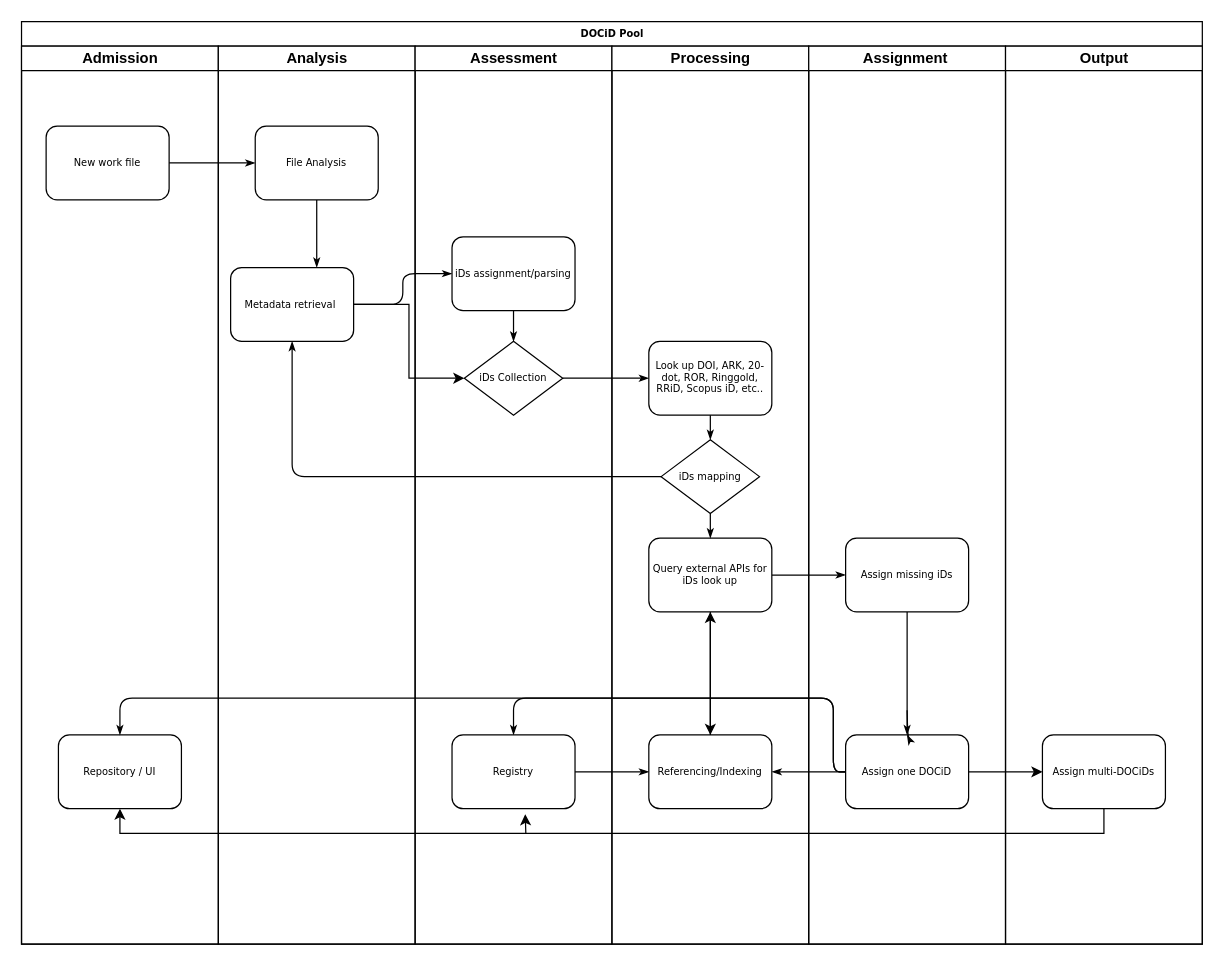
Before: Untitled Diagram.drawio in Africa-PID-Alliance/DOCiD, a draw.io diagram. Source tidied: cells renumbered, new cells numbered last; positions are measured from the earlier drawing's top-left corner, leaving out a move shared by most shapes. Both pictures are drawn from the tidied source at 123%, with x=0, y=0 at pixel (21, 21).
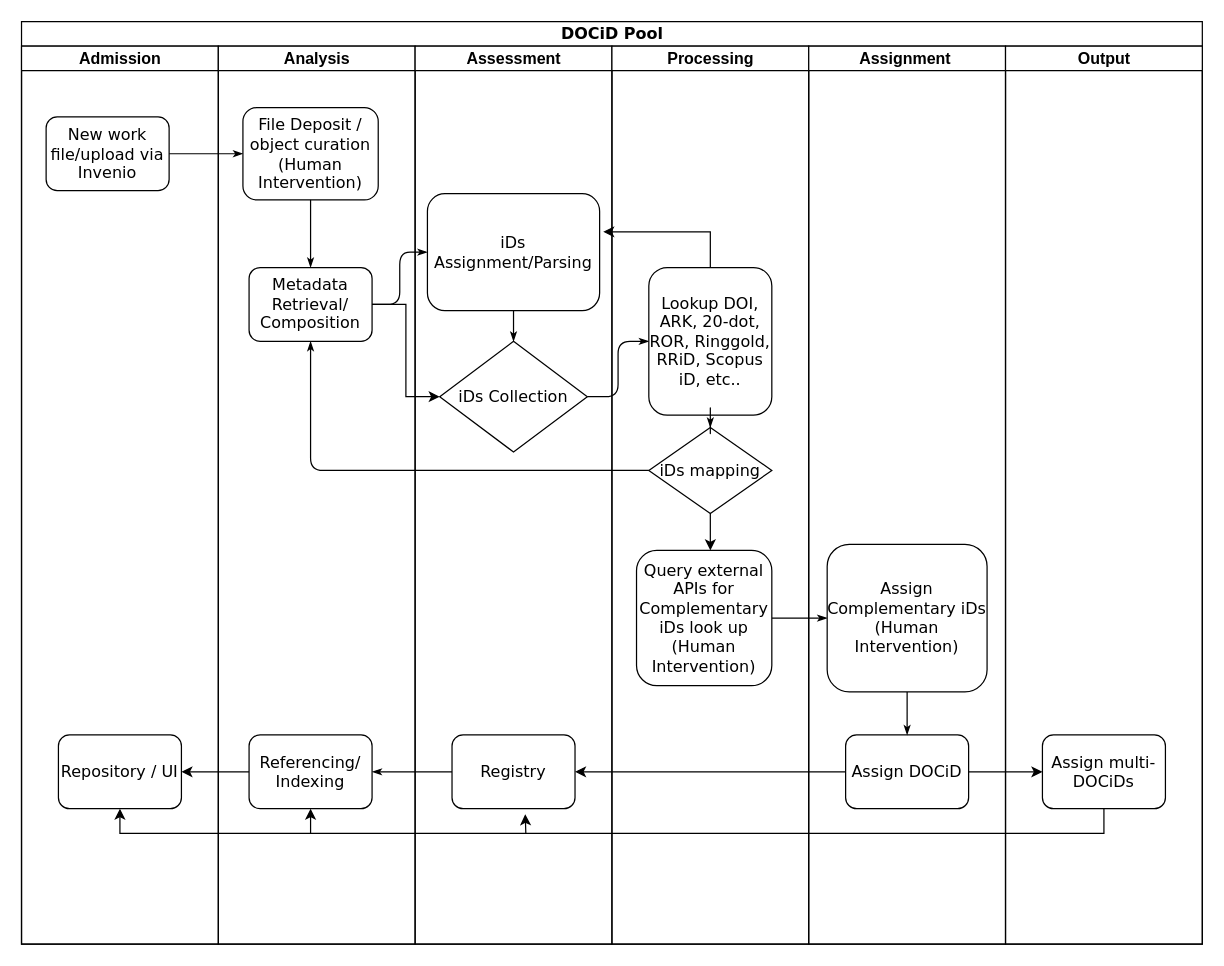
After the change.

What changed in the source:
```diff
@@
-    <mxCell id="2" value="DOCiD Pool" style="swimlane;html=1;startSize=20;rounded=0;shadow=0;labelBackgroundColor=none;strokeWidth=1;fontFamily=Verdana;fontSize=8;align=center;" parent="1" vertex="1">
+    <mxCell id="2" value="DOCiD Pool" style="swimlane;html=1;startSize=20;rounded=0;shadow=0;labelBackgroundColor=none;strokeWidth=1;fontFamily=Verdana;fontSize=13;align=center;" parent="1" vertex="1">
       <mxGeometry width="960" height="750" as="geometry" />
     </mxCell>
-    <mxCell id="3" value="Admission" style="swimlane;html=1;startSize=20;" parent="2" vertex="1">
+    <mxCell id="3" value="Admission" style="swimlane;html=1;startSize=20;fontSize=13;" parent="2" vertex="1">
       <mxGeometry y="20" width="160" height="730" as="geometry" />
     </mxCell>
-    <mxCell id="4" value="New work file" style="rounded=1;whiteSpace=wrap;html=1;shadow=0;labelBackgroundColor=none;strokeWidth=1;fontFamily=Verdana;fontSize=8;align=center;" parent="3" vertex="1">
-      <mxGeometry x="20" y="65" width="100" height="60" as="geometry" />
+    <mxCell id="4" value="New work file/upload via Invenio" style="rounded=1;whiteSpace=wrap;html=1;shadow=0;labelBackgroundColor=none;strokeWidth=1;fontFamily=Verdana;fontSize=13;align=center;" parent="3" vertex="1">
+      <mxGeometry x="20" y="57.5" width="100" height="60" as="geometry" />
     </mxCell>
-    <mxCell id="5" value="Repository / UI" style="rounded=1;whiteSpace=wrap;html=1;shadow=0;labelBackgroundColor=none;strokeWidth=1;fontFamily=Verdana;fontSize=8;align=center;" parent="3" vertex="1">
+    <mxCell id="5" value="Repository / UI" style="rounded=1;whiteSpace=wrap;html=1;shadow=0;labelBackgroundColor=none;strokeWidth=1;fontFamily=Verdana;fontSize=13;align=center;" parent="3" vertex="1">
       <mxGeometry x="30" y="560" width="100" height="60" as="geometry" />
     </mxCell>
-    <mxCell id="6" style="edgeStyle=orthogonalEdgeStyle;rounded=1;html=1;labelBackgroundColor=none;startArrow=none;startFill=0;startSize=5;endArrow=classicThin;endFill=1;endSize=5;jettySize=auto;strokeWidth=1;fontFamily=Verdana;fontSize=8;" parent="2" edge="1" source="4" target="16">
+    <mxCell id="6" style="edgeStyle=orthogonalEdgeStyle;rounded=1;html=1;labelBackgroundColor=none;startArrow=none;startFill=0;startSize=5;endArrow=classicThin;endFill=1;endSize=5;jettySize=auto;strokeWidth=1;fontFamily=Verdana;fontSize=13;" parent="2" edge="1" source="4" target="16">
       <mxGeometry relative="1" as="geometry" />
     </mxCell>
-    <mxCell id="7" style="edgeStyle=orthogonalEdgeStyle;rounded=1;html=1;labelBackgroundColor=none;startArrow=none;startFill=0;startSize=5;endArrow=classicThin;endFill=1;endSize=5;jettySize=auto;strokeWidth=1;fontFamily=Verdana;fontSize=8;" parent="2" edge="1" source="17" target="20">
+    <mxCell id="7" style="edgeStyle=orthogonalEdgeStyle;rounded=1;html=1;labelBackgroundColor=none;startArrow=none;startFill=0;startSize=5;endArrow=classicThin;endFill=1;endSize=5;jettySize=auto;strokeWidth=1;fontFamily=Verdana;fontSize=13;" parent="2" edge="1" source="17" target="20">
       <mxGeometry relative="1" as="geometry" />
     </mxCell>
-    <mxCell id="8" style="edgeStyle=orthogonalEdgeStyle;rounded=1;html=1;labelBackgroundColor=none;startArrow=none;startFill=0;startSize=5;endArrow=classicThin;endFill=1;endSize=5;jettySize=auto;strokeWidth=1;fontFamily=Verdana;fontSize=8;" parent="2" edge="1" source="27" target="17">
+    <mxCell id="8" style="edgeStyle=orthogonalEdgeStyle;rounded=1;html=1;labelBackgroundColor=none;startArrow=none;startFill=0;startSize=5;endArrow=classicThin;endFill=1;endSize=5;jettySize=auto;strokeWidth=1;fontFamily=Verdana;fontSize=13;" parent="2" edge="1" source="27" target="17">
       <mxGeometry relative="1" as="geometry" />
     </mxCell>
-    <mxCell id="9" style="edgeStyle=orthogonalEdgeStyle;rounded=1;html=1;labelBackgroundColor=none;startArrow=none;startFill=0;startSize=5;endArrow=classicThin;endFill=1;endSize=5;jettySize=auto;strokeWidth=1;fontFamily=Verdana;fontSize=8;" parent="2" edge="1" source="21" target="26">
+    <mxCell id="9" style="edgeStyle=orthogonalEdgeStyle;rounded=1;html=1;labelBackgroundColor=none;startArrow=none;startFill=0;startSize=5;endArrow=classicThin;endFill=1;endSize=5;jettySize=auto;strokeWidth=1;fontFamily=Verdana;fontSize=13;" parent="2" edge="1" source="21" target="26">
       <mxGeometry relative="1" as="geometry" />
     </mxCell>
-    <mxCell id="10" style="edgeStyle=orthogonalEdgeStyle;rounded=1;html=1;labelBackgroundColor=none;startArrow=none;startFill=0;startSize=5;endArrow=classicThin;endFill=1;endSize=5;jettySize=auto;strokeWidth=1;fontFamily=Verdana;fontSize=8;" parent="2" edge="1" source="29" target="35">
+    <mxCell id="10" style="edgeStyle=orthogonalEdgeStyle;rounded=1;html=1;labelBackgroundColor=none;startArrow=none;startFill=0;startSize=5;endArrow=classicThin;endFill=1;endSize=5;jettySize=auto;strokeWidth=1;fontFamily=Verdana;fontSize=13;" parent="2" edge="1" source="29" target="35">
       <mxGeometry relative="1" as="geometry" />
     </mxCell>
-    <mxCell id="11" style="edgeStyle=orthogonalEdgeStyle;rounded=1;html=1;labelBackgroundColor=none;startArrow=none;startFill=0;startSize=5;endArrow=classicThin;endFill=1;endSize=5;jettySize=auto;strokeWidth=1;fontFamily=Verdana;fontSize=8;" parent="2" edge="1" source="36" target="22">
-      <mxGeometry relative="1" as="geometry">
-        <Array as="points">
-          <mxPoint x="660" y="610" />
-          <mxPoint x="660" y="550" />
-          <mxPoint x="400" y="550" />
-        </Array>
-      </mxGeometry>
-    </mxCell>
-    <mxCell id="12" style="edgeStyle=orthogonalEdgeStyle;rounded=1;html=1;labelBackgroundColor=none;startArrow=none;startFill=0;startSize=5;endArrow=classicThin;endFill=1;endSize=5;jettySize=auto;strokeColor=#000000;strokeWidth=1;fontFamily=Verdana;fontSize=8;fontColor=#000000;" parent="2" edge="1" source="36" target="31">
-      <mxGeometry relative="1" as="geometry" />
-    </mxCell>
-    <mxCell id="13" style="edgeStyle=orthogonalEdgeStyle;rounded=1;html=1;labelBackgroundColor=none;startArrow=none;startFill=0;startSize=5;endArrow=classicThin;endFill=1;endSize=5;jettySize=auto;strokeWidth=1;fontFamily=Verdana;fontSize=8;" parent="2" edge="1" source="36" target="5">
-      <mxGeometry relative="1" as="geometry">
-        <Array as="points">
-          <mxPoint x="660" y="610" />
-          <mxPoint x="660" y="550" />
-          <mxPoint x="80" y="550" />
-        </Array>
-      </mxGeometry>
-    </mxCell>
-    <mxCell id="14" style="edgeStyle=orthogonalEdgeStyle;rounded=1;html=1;labelBackgroundColor=none;startArrow=none;startFill=0;startSize=5;endArrow=classicThin;endFill=1;endSize=5;jettySize=auto;strokeWidth=1;fontFamily=Verdana;fontSize=8;" parent="2" edge="1" source="22" target="31">
+    <mxCell id="14" style="edgeStyle=orthogonalEdgeStyle;rounded=1;html=1;labelBackgroundColor=none;startArrow=none;startFill=0;startSize=5;endArrow=classicThin;endFill=1;endSize=5;jettySize=auto;strokeWidth=1;fontFamily=Verdana;fontSize=13;" parent="2" edge="1" source="22" target="31">
       <mxGeometry relative="1" as="geometry" />
     </mxCell>
-    <mxCell id="15" value="Analysis" style="swimlane;html=1;startSize=20;" parent="2" vertex="1">
+    <mxCell id="15" value="Analysis" style="swimlane;html=1;startSize=20;fontSize=13;" parent="2" vertex="1">
       <mxGeometry x="160" y="20" width="160" height="730" as="geometry" />
     </mxCell>
-    <mxCell id="16" value="File Analysis" style="rounded=1;whiteSpace=wrap;html=1;shadow=0;labelBackgroundColor=none;strokeWidth=1;fontFamily=Verdana;fontSize=8;align=center;" parent="15" vertex="1">
-      <mxGeometry x="30" y="65" width="100" height="60" as="geometry" />
+    <mxCell id="16" value="File Deposit / object curation (Human Intervention)" style="rounded=1;whiteSpace=wrap;html=1;shadow=0;labelBackgroundColor=none;strokeWidth=1;fontFamily=Verdana;fontSize=13;align=center;" parent="15" vertex="1">
+      <mxGeometry x="20" y="50" width="110" height="75" as="geometry" />
     </mxCell>
-    <mxCell id="17" value="Metadata retrieval&amp;nbsp;" style="rounded=1;whiteSpace=wrap;html=1;shadow=0;labelBackgroundColor=none;strokeWidth=1;fontFamily=Verdana;fontSize=8;align=center;" parent="15" vertex="1">
-      <mxGeometry x="10" y="180" width="100" height="60" as="geometry" />
+    <mxCell id="17" value="Metadata Retrieval/&lt;br&gt;Composition" style="rounded=1;whiteSpace=wrap;html=1;shadow=0;labelBackgroundColor=none;strokeWidth=1;fontFamily=Verdana;fontSize=13;align=center;" parent="15" vertex="1">
+      <mxGeometry x="25" y="180" width="100" height="60" as="geometry" />
     </mxCell>
-    <mxCell id="18" style="edgeStyle=orthogonalEdgeStyle;rounded=1;html=1;labelBackgroundColor=none;startArrow=none;startFill=0;startSize=5;endArrow=classicThin;endFill=1;endSize=5;jettySize=auto;strokeWidth=1;fontFamily=Verdana;fontSize=8;" parent="15" edge="1" source="16" target="17">
+    <mxCell id="18" style="edgeStyle=orthogonalEdgeStyle;rounded=1;html=1;labelBackgroundColor=none;startArrow=none;startFill=0;startSize=5;endArrow=classicThin;endFill=1;endSize=5;jettySize=auto;strokeWidth=1;fontFamily=Verdana;fontSize=13;" parent="15" edge="1" source="16" target="17">
       <mxGeometry relative="1" as="geometry">
         <Array as="points">
           <mxPoint x="80" y="180" />
           <mxPoint x="80" y="180" />
         </Array>
       </mxGeometry>
     </mxCell>
+    <mxCell id="31" value="Referencing/&lt;br&gt;Indexing" style="rounded=1;whiteSpace=wrap;html=1;shadow=0;labelBackgroundColor=none;strokeWidth=1;fontFamily=Verdana;fontSize=13;align=center;" parent="15" vertex="1">
+      <mxGeometry x="25" y="560" width="100" height="60" as="geometry" />
+    </mxCell>
+    <mxCell id="44" style="endArrow=classic;html=1;rounded=0;entryX=0.5;entryY=1;entryDx=0;entryDy=0;" parent="15" edge="1" target="31">
+      <mxGeometry relative="1" as="geometry">
+        <mxPoint x="75" y="640" as="sourcePoint" />
+      </mxGeometry>
+    </mxCell>
-    <mxCell id="19" value="Assessment" style="swimlane;html=1;startSize=20;" parent="2" vertex="1">
+    <mxCell id="19" value="Assessment" style="swimlane;html=1;startSize=20;fontSize=13;" parent="2" vertex="1">
       <mxGeometry x="320" y="20" width="160" height="730" as="geometry" />
     </mxCell>
-    <mxCell id="20" value="iDs assignment/parsing" style="rounded=1;whiteSpace=wrap;html=1;shadow=0;labelBackgroundColor=none;strokeWidth=1;fontFamily=Verdana;fontSize=8;align=center;" parent="19" vertex="1">
-      <mxGeometry x="30" y="155" width="100" height="60" as="geometry" />
+    <mxCell id="20" value="&lt;font style=&quot;font-size: 13px;&quot;&gt;iDs Assignment/Parsing&lt;/font&gt;" style="rounded=1;whiteSpace=wrap;html=1;shadow=0;labelBackgroundColor=none;strokeWidth=1;fontFamily=Verdana;fontSize=13;align=center;" parent="19" vertex="1">
+      <mxGeometry x="10" y="120" width="140" height="95" as="geometry" />
     </mxCell>
-    <mxCell id="21" value="iDs Collection" style="rhombus;whiteSpace=wrap;html=1;rounded=0;shadow=0;labelBackgroundColor=none;strokeWidth=1;fontFamily=Verdana;fontSize=8;align=center;" parent="19" vertex="1">
-      <mxGeometry x="40" y="240" width="80" height="60" as="geometry" />
+    <mxCell id="21" value="iDs Collection" style="rhombus;whiteSpace=wrap;html=1;rounded=0;shadow=0;labelBackgroundColor=none;strokeWidth=1;fontFamily=Verdana;fontSize=13;align=center;" parent="19" vertex="1">
+      <mxGeometry x="20" y="240" width="120" height="90" as="geometry" />
     </mxCell>
-    <mxCell id="22" value="Registry" style="rounded=1;whiteSpace=wrap;html=1;shadow=0;labelBackgroundColor=none;strokeWidth=1;fontFamily=Verdana;fontSize=8;align=center;" parent="19" vertex="1">
+    <mxCell id="22" value="Registry" style="rounded=1;whiteSpace=wrap;html=1;shadow=0;labelBackgroundColor=none;strokeWidth=1;fontFamily=Verdana;fontSize=13;align=center;" parent="19" vertex="1">
       <mxGeometry x="30" y="560" width="100" height="60" as="geometry" />
     </mxCell>
-    <mxCell id="23" style="edgeStyle=orthogonalEdgeStyle;rounded=1;html=1;labelBackgroundColor=none;startArrow=none;startFill=0;startSize=5;endArrow=classicThin;endFill=1;endSize=5;jettySize=auto;strokeWidth=1;fontFamily=Verdana;fontSize=8;" parent="19" edge="1" source="20" target="21">
+    <mxCell id="23" style="edgeStyle=orthogonalEdgeStyle;rounded=1;html=1;labelBackgroundColor=none;startArrow=none;startFill=0;startSize=5;endArrow=classicThin;endFill=1;endSize=5;jettySize=auto;strokeWidth=1;fontFamily=Verdana;fontSize=13;" parent="19" edge="1" source="20" target="21">
       <mxGeometry relative="1" as="geometry" />
     </mxCell>
-    <mxCell id="24" style="edgeStyle=orthogonalEdgeStyle;rounded=0;jettySize=auto;html=1;exitX=0.5;exitY=0;exitDx=0;exitDy=0;entryX=0.595;entryY=1.075;entryDx=0;entryDy=0;entryPerimeter=0;" parent="19" edge="1" target="22">
+    <mxCell id="24" style="edgeStyle=orthogonalEdgeStyle;rounded=0;jettySize=auto;html=1;exitX=0.5;exitY=0;exitDx=0;exitDy=0;entryX=0.595;entryY=1.075;entryDx=0;entryDy=0;entryPerimeter=0;fontSize=13;" parent="19" edge="1" target="22">
       <mxGeometry relative="1" as="geometry">
         <mxPoint x="90" y="640" as="sourcePoint" />
       </mxGeometry>
     </mxCell>
-    <mxCell id="25" value="Processing" style="swimlane;html=1;startSize=20;" parent="2" vertex="1">
+    <mxCell id="25" value="Processing" style="swimlane;html=1;startSize=20;fontSize=13;" parent="2" vertex="1">
       <mxGeometry x="480" y="20" width="160" height="730" as="geometry" />
     </mxCell>
-    <mxCell id="26" value="Look up DOI, ARK, 20-dot, ROR, Ringgold, RRiD, Scopus iD, etc.." style="rounded=1;whiteSpace=wrap;html=1;shadow=0;labelBackgroundColor=none;strokeWidth=1;fontFamily=Verdana;fontSize=8;align=center;" parent="25" vertex="1">
-      <mxGeometry x="30" y="240" width="100" height="60" as="geometry" />
+    <mxCell id="26" value="Lookup DOI, ARK, 20-dot, ROR, Ringgold, RRiD, Scopus iD, etc.." style="rounded=1;whiteSpace=wrap;html=1;shadow=0;labelBackgroundColor=none;strokeWidth=1;fontFamily=Verdana;fontSize=13;align=center;" parent="25" vertex="1">
+      <mxGeometry x="30" y="180" width="100" height="120" as="geometry" />
     </mxCell>
+    <mxCell id="45" style="edgeStyle=orthogonalEdgeStyle;rounded=0;jettySize=auto;html=1;exitX=0.5;exitY=1;exitDx=0;exitDy=0;" parent="25" edge="1" source="27">
+      <mxGeometry relative="1" as="geometry">
+        <mxPoint x="80" y="410" as="targetPoint" />
+      </mxGeometry>
+    </mxCell>
-    <mxCell id="27" value="iDs mapping" style="rhombus;whiteSpace=wrap;html=1;rounded=0;shadow=0;labelBackgroundColor=none;strokeWidth=1;fontFamily=Verdana;fontSize=8;align=center;" parent="25" vertex="1">
-      <mxGeometry x="40" y="320" width="80" height="60" as="geometry" />
+    <mxCell id="27" value="iDs mapping" style="rhombus;whiteSpace=wrap;html=1;rounded=0;shadow=0;labelBackgroundColor=none;strokeWidth=1;fontFamily=Verdana;fontSize=13;align=center;" parent="25" vertex="1">
+      <mxGeometry x="30" y="310" width="100" height="70" as="geometry" />
     </mxCell>
-    <mxCell id="28" style="edgeStyle=orthogonalEdgeStyle;rounded=0;jettySize=auto;html=1;" parent="25" edge="1" source="29" target="31">
-      <mxGeometry relative="1" as="geometry" />
-    </mxCell>
-    <mxCell id="29" value="Query external APIs for iDs look up" style="rounded=1;whiteSpace=wrap;html=1;shadow=0;labelBackgroundColor=none;strokeWidth=1;fontFamily=Verdana;fontSize=8;align=center;" parent="25" vertex="1">
-      <mxGeometry x="30" y="400" width="100" height="60" as="geometry" />
+    <mxCell id="29" value="Query external APIs for Complementary iDs look up (Human Intervention)" style="rounded=1;whiteSpace=wrap;html=1;shadow=0;labelBackgroundColor=none;strokeWidth=1;fontFamily=Verdana;fontSize=13;align=center;" parent="25" vertex="1">
+      <mxGeometry x="20" y="410" width="110" height="110" as="geometry" />
     </mxCell>
-    <mxCell id="30" style="edgeStyle=orthogonalEdgeStyle;rounded=0;jettySize=auto;html=1;exitX=0.5;exitY=0;exitDx=0;exitDy=0;" parent="25" edge="1" source="31">
-      <mxGeometry relative="1" as="geometry">
-        <mxPoint x="80" y="460" as="targetPoint" />
-      </mxGeometry>
-    </mxCell>
-    <mxCell id="31" value="Referencing/Indexing" style="rounded=1;whiteSpace=wrap;html=1;shadow=0;labelBackgroundColor=none;strokeWidth=1;fontFamily=Verdana;fontSize=8;align=center;" parent="25" vertex="1">
-      <mxGeometry x="30" y="560" width="100" height="60" as="geometry" />
-    </mxCell>
-    <mxCell id="32" style="edgeStyle=orthogonalEdgeStyle;rounded=1;html=1;labelBackgroundColor=none;startArrow=none;startFill=0;startSize=5;endArrow=classicThin;endFill=1;endSize=5;jettySize=auto;strokeColor=#000000;strokeWidth=1;fontFamily=Verdana;fontSize=8;fontColor=#000000;" parent="25" edge="1" source="26" target="27">
+    <mxCell id="32" style="edgeStyle=orthogonalEdgeStyle;rounded=1;html=1;labelBackgroundColor=none;startArrow=none;startFill=0;startSize=5;endArrow=classicThin;endFill=1;endSize=5;jettySize=auto;strokeColor=#000000;strokeWidth=1;fontFamily=Verdana;fontSize=13;fontColor=#000000;" parent="25" edge="1" source="26" target="27">
       <mxGeometry relative="1" as="geometry" />
     </mxCell>
-    <mxCell id="33" style="edgeStyle=orthogonalEdgeStyle;rounded=1;html=1;labelBackgroundColor=none;startArrow=none;startFill=0;startSize=5;endArrow=classicThin;endFill=1;endSize=5;jettySize=auto;strokeWidth=1;fontFamily=Verdana;fontSize=8;" parent="25" edge="1" source="27" target="29">
-      <mxGeometry relative="1" as="geometry" />
-    </mxCell>
-    <mxCell id="34" value="Assignment&amp;nbsp;" style="swimlane;html=1;startSize=20;" parent="2" vertex="1">
+    <mxCell id="34" value="Assignment&amp;nbsp;" style="swimlane;html=1;startSize=20;fontSize=13;" parent="2" vertex="1">
       <mxGeometry x="640" y="20" width="160" height="730" as="geometry" />
     </mxCell>
-    <mxCell id="35" value="Assign missing iDs" style="rounded=1;whiteSpace=wrap;html=1;shadow=0;labelBackgroundColor=none;strokeWidth=1;fontFamily=Verdana;fontSize=8;align=center;" parent="34" vertex="1">
-      <mxGeometry x="30" y="400" width="100" height="60" as="geometry" />
+    <mxCell id="35" value="Assign Complementary&amp;nbsp;iDs (Human Intervention)" style="rounded=1;whiteSpace=wrap;html=1;shadow=0;labelBackgroundColor=none;strokeWidth=1;fontFamily=Verdana;fontSize=13;align=center;" parent="34" vertex="1">
+      <mxGeometry x="15" y="405" width="130" height="120" as="geometry" />
     </mxCell>
-    <mxCell id="36" value="Assign one DOCiD" style="rounded=1;whiteSpace=wrap;html=1;shadow=0;labelBackgroundColor=none;strokeWidth=1;fontFamily=Verdana;fontSize=8;align=center;" parent="34" vertex="1">
+    <mxCell id="36" value="Assign DOCiD" style="rounded=1;whiteSpace=wrap;html=1;shadow=0;labelBackgroundColor=none;strokeWidth=1;fontFamily=Verdana;fontSize=13;align=center;" parent="34" vertex="1">
       <mxGeometry x="30" y="560" width="100" height="60" as="geometry" />
     </mxCell>
-    <mxCell id="37" style="edgeStyle=orthogonalEdgeStyle;rounded=1;html=1;labelBackgroundColor=none;startArrow=none;startFill=0;startSize=5;endArrow=classicThin;endFill=1;endSize=5;jettySize=auto;strokeWidth=1;fontFamily=Verdana;fontSize=8;entryX=0.5;entryY=0;entryDx=0;entryDy=0;" parent="34" edge="1" source="35" target="36">
+    <mxCell id="37" style="edgeStyle=orthogonalEdgeStyle;rounded=1;html=1;labelBackgroundColor=none;startArrow=none;startFill=0;startSize=5;endArrow=classicThin;endFill=1;endSize=5;jettySize=auto;strokeWidth=1;fontFamily=Verdana;fontSize=13;entryX=0.5;entryY=0;entryDx=0;entryDy=0;" parent="34" edge="1" source="35" target="36">
       <mxGeometry relative="1" as="geometry" />
     </mxCell>
-    <mxCell id="38" style="edgeStyle=orthogonalEdgeStyle;rounded=1;html=1;labelBackgroundColor=none;startArrow=none;startFill=0;startSize=5;endArrow=classicThin;endFill=1;endSize=5;jettySize=auto;strokeWidth=1;fontFamily=Verdana;fontSize=8;" parent="34" edge="1" target="36">
-      <mxGeometry relative="1" as="geometry">
-        <mxPoint x="80" y="540" as="sourcePoint" />
-      </mxGeometry>
-    </mxCell>
-    <mxCell id="39" value="Output" style="swimlane;html=1;startSize=20;" parent="2" vertex="1">
+    <mxCell id="39" value="Output" style="swimlane;html=1;startSize=20;fontSize=13;" parent="2" vertex="1">
       <mxGeometry x="800" y="20" width="160" height="730" as="geometry" />
     </mxCell>
-    <mxCell id="40" value="Assign multi-DOCiDs" style="rounded=1;whiteSpace=wrap;html=1;shadow=0;labelBackgroundColor=none;strokeWidth=1;fontFamily=Verdana;fontSize=8;align=center;" parent="39" vertex="1">
+    <mxCell id="40" value="Assign multi-DOCiDs" style="rounded=1;whiteSpace=wrap;html=1;shadow=0;labelBackgroundColor=none;strokeWidth=1;fontFamily=Verdana;fontSize=13;align=center;" parent="39" vertex="1">
       <mxGeometry x="30" y="560" width="100" height="60" as="geometry" />
     </mxCell>
-    <mxCell id="41" style="edgeStyle=orthogonalEdgeStyle;rounded=0;jettySize=auto;html=1;exitX=1;exitY=0.5;exitDx=0;exitDy=0;" parent="2" edge="1" source="36" target="40">
+    <mxCell id="41" style="edgeStyle=orthogonalEdgeStyle;rounded=0;jettySize=auto;html=1;exitX=1;exitY=0.5;exitDx=0;exitDy=0;fontSize=13;" parent="2" edge="1" source="36" target="40">
       <mxGeometry relative="1" as="geometry" />
     </mxCell>
-    <mxCell id="42" style="edgeStyle=orthogonalEdgeStyle;rounded=0;jettySize=auto;html=1;exitX=0.5;exitY=1;exitDx=0;exitDy=0;entryX=0.5;entryY=1;entryDx=0;entryDy=0;" parent="2" edge="1" source="40" target="5">
+    <mxCell id="42" style="edgeStyle=orthogonalEdgeStyle;rounded=0;jettySize=auto;html=1;exitX=0.5;exitY=1;exitDx=0;exitDy=0;entryX=0.5;entryY=1;entryDx=0;entryDy=0;fontSize=13;" parent="2" edge="1" source="40" target="5">
       <mxGeometry relative="1" as="geometry" />
     </mxCell>
-    <mxCell id="43" style="edgeStyle=orthogonalEdgeStyle;rounded=0;jettySize=auto;html=1;exitX=1;exitY=0.5;exitDx=0;exitDy=0;entryX=0;entryY=0.5;entryDx=0;entryDy=0;" parent="2" edge="1" source="17" target="21">
+    <mxCell id="43" style="edgeStyle=orthogonalEdgeStyle;rounded=0;jettySize=auto;html=1;exitX=1;exitY=0.5;exitDx=0;exitDy=0;entryX=0;entryY=0.5;entryDx=0;entryDy=0;fontSize=13;" parent="2" edge="1" source="17" target="21">
       <mxGeometry relative="1" as="geometry" />
     </mxCell>
+    <mxCell id="46" style="edgeStyle=orthogonalEdgeStyle;rounded=0;jettySize=auto;html=1;entryX=1.021;entryY=0.326;entryDx=0;entryDy=0;entryPerimeter=0;" parent="2" edge="1" source="26" target="20">
+      <mxGeometry relative="1" as="geometry">
+        <Array as="points">
+          <mxPoint x="560" y="171" />
+        </Array>
+      </mxGeometry>
+    </mxCell>
+    <mxCell id="11" style="edgeStyle=orthogonalEdgeStyle;rounded=0;jettySize=auto;html=1;entryX=1;entryY=0.5;entryDx=0;entryDy=0;" parent="2" edge="1" source="36" target="22">
+      <mxGeometry relative="1" as="geometry" />
+    </mxCell>
+    <mxCell id="47" style="edgeStyle=orthogonalEdgeStyle;rounded=0;jettySize=auto;html=1;exitX=0;exitY=0.5;exitDx=0;exitDy=0;entryX=1;entryY=0.5;entryDx=0;entryDy=0;" parent="2" edge="1" source="31" target="5">
+      <mxGeometry relative="1" as="geometry" />
+    </mxCell>
```
